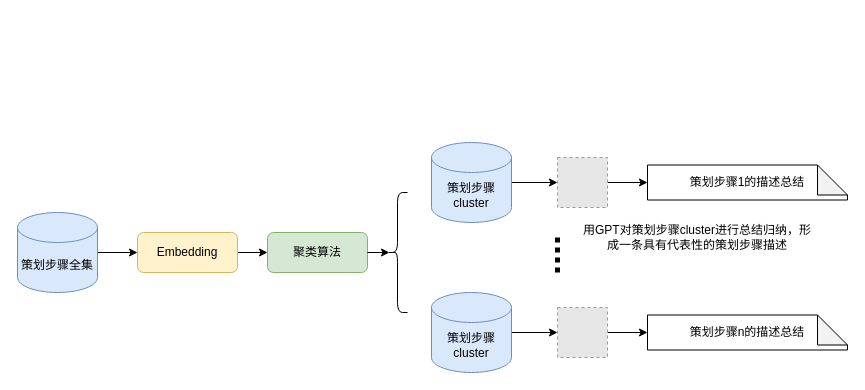
Above: 策划文本聚类.drawio in ZhangHammer/ZhangHammer (draw.io), before the change. Source tidied: cells renumbered, new cells numbered last; positions are measured from the earlier drawing's top-left corner, leaving out a move shared by most shapes. Both pictures are drawn from the tidied source at 100%, with x=0, y=0 at pixel (17, 142). Pictures stored in the file or linked from it are replaced by grey dashed boxes.
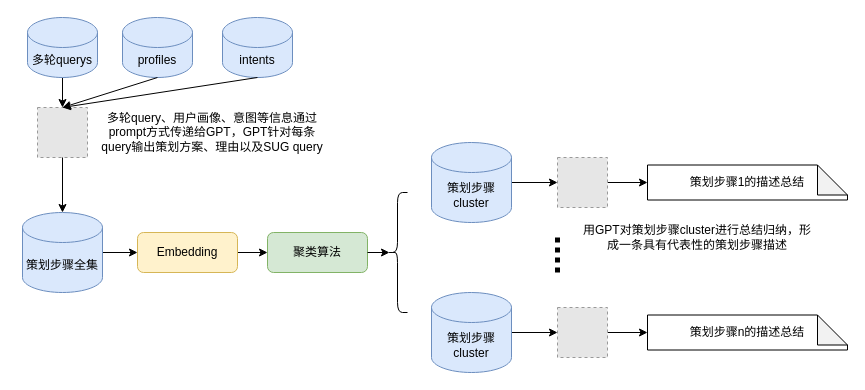
After the change.

Commit message (it also covers changes not shown here):
策划文本聚类.drawio

Diff of the diagram source:
```diff
@@
     <mxCell id="3" value="策划步骤全集" style="shape=cylinder3;whiteSpace=wrap;html=1;boundedLbl=1;backgroundOutline=1;size=15;fillColor=#dae8fc;strokeColor=#6c8ebf;" parent="1" vertex="1">
-      <mxGeometry y="70" width="80" height="80" as="geometry" />
+      <mxGeometry x="5" y="70" width="80" height="80" as="geometry" />
     </mxCell>
@@
+    <mxCell id="21" style="edgeStyle=orthogonalEdgeStyle;rounded=0;jettySize=auto;html=1;exitX=0.5;exitY=1;exitDx=0;exitDy=0;exitPerimeter=0;entryX=0.5;entryY=0;entryDx=0;entryDy=0;" parent="1" edge="1" source="22" target="25">
+      <mxGeometry relative="1" as="geometry" />
+    </mxCell>
+    <mxCell id="22" value="多轮querys" style="shape=cylinder3;whiteSpace=wrap;html=1;boundedLbl=1;backgroundOutline=1;size=15;fillColor=#dae8fc;strokeColor=#6c8ebf;" parent="1" vertex="1">
+      <mxGeometry x="10" y="-125" width="70" height="60" as="geometry" />
+    </mxCell>
+    <mxCell id="23" value="profiles" style="shape=cylinder3;whiteSpace=wrap;html=1;boundedLbl=1;backgroundOutline=1;size=15;fillColor=#dae8fc;strokeColor=#6c8ebf;" parent="1" vertex="1">
+      <mxGeometry x="105" y="-125" width="70" height="60" as="geometry" />
+    </mxCell>
+    <mxCell id="24" value="intents" style="shape=cylinder3;whiteSpace=wrap;html=1;boundedLbl=1;backgroundOutline=1;size=15;fillColor=#dae8fc;strokeColor=#6c8ebf;" parent="1" vertex="1">
+      <mxGeometry x="205" y="-125" width="70" height="60" as="geometry" />
+    </mxCell>
+    <mxCell id="25" style="fillColor=#E6E6E6;strokeColor=#999999;dashed=1;verticalLabelPosition=bottom;labelBackgroundColor=default;verticalAlign=top;" parent="1" vertex="1">
+      <mxGeometry x="20" y="-35" width="50" height="50" as="geometry" />
+    </mxCell>
+    <mxCell id="26" style="endArrow=classic;html=1;rounded=0;exitX=0.5;exitY=1;exitDx=0;exitDy=0;exitPerimeter=0;entryX=0.5;entryY=0;entryDx=0;entryDy=0;" parent="1" edge="1" source="23" target="25">
+      <mxGeometry relative="1" as="geometry" />
+    </mxCell>
+    <mxCell id="27" style="endArrow=classic;html=1;rounded=0;exitX=0.5;exitY=1;exitDx=0;exitDy=0;exitPerimeter=0;" parent="1" edge="1" source="24">
+      <mxGeometry relative="1" as="geometry">
+        <mxPoint x="45" y="-35" as="targetPoint" />
+      </mxGeometry>
+    </mxCell>
+    <mxCell id="28" style="edgeStyle=orthogonalEdgeStyle;rounded=0;jettySize=auto;html=1;exitX=0.5;exitY=1;exitDx=0;exitDy=0;entryX=0.5;entryY=0;entryDx=0;entryDy=0;entryPerimeter=0;" parent="1" edge="1" source="25" target="3">
+      <mxGeometry relative="1" as="geometry" />
+    </mxCell>
+    <mxCell id="29" value="多轮query、用户画像、意图等信息通过prompt方式传递给GPT，GPT针对每条query输出策划方案、理由以及SUG query" style="text;html=1;strokeColor=none;fillColor=none;align=center;verticalAlign=middle;whiteSpace=wrap;rounded=0;" parent="1" vertex="1">
+      <mxGeometry x="80" y="-25" width="230" height="30" as="geometry" />
+    </mxCell>
```
